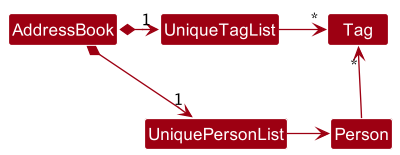
Earlier version of the PlantUML export docs/images/BetterModelClassDiagram.png (nus-cs2103-AY2223S2/tp).
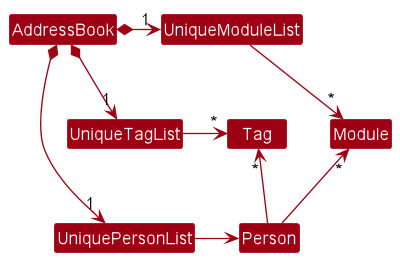
After the commit.

Commit message:
Add spacing to Manual testing section. Add modules to the BetterModelClassDiagram

What changed in the source:
```diff
@@ -7,12 +7,20 @@
 
 AddressBook *-right-> "1" UniquePersonList
 AddressBook *-right-> "1" UniqueTagList
+AddressBook *-right-> "1" UniqueModuleList
+
+UniqueModuleList -[hidden]down- UniqueTagList
+
 UniqueTagList -[hidden]down- UniquePersonList
 UniqueTagList -[hidden]down- UniquePersonList
 
 UniqueTagList -right-> "*" Tag
+Tag -[hidden]right-> Module
+UniqueModuleList -right-> "*" Module
+
 UniquePersonList -right-> Person
 
 Person -up-> "*" Tag
+Person -up-> "*" Module
 
 @enduml
```
